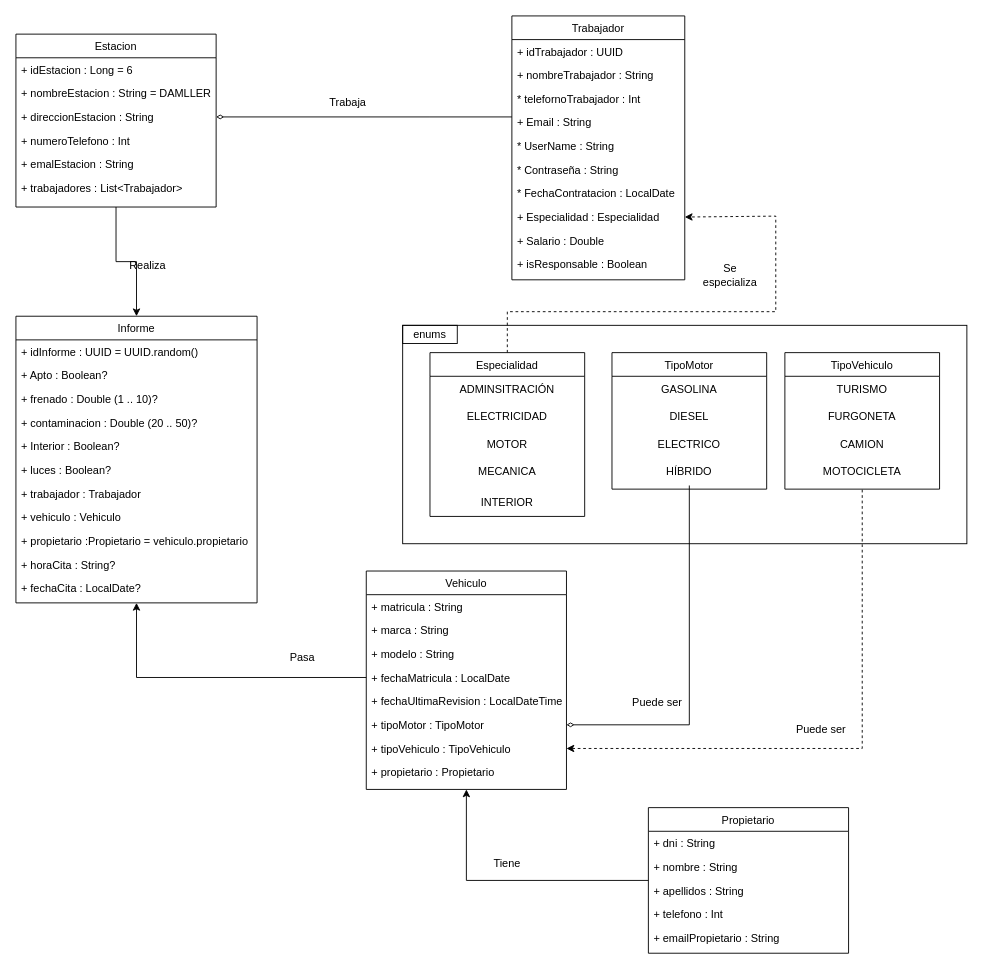
The draw.io diagram Diagramas/Entornos/Diagrama_de_clase.drawio in AlvaroDVA/Proyecto_ITV, before the edit. Source tidied: cells renumbered, new cells numbered last; positions are measured from the earlier drawing's top-left corner, leaving out a move shared by most shapes. Both pictures are drawn from the tidied source at 91%, with x=0, y=0 at pixel (15, 15).
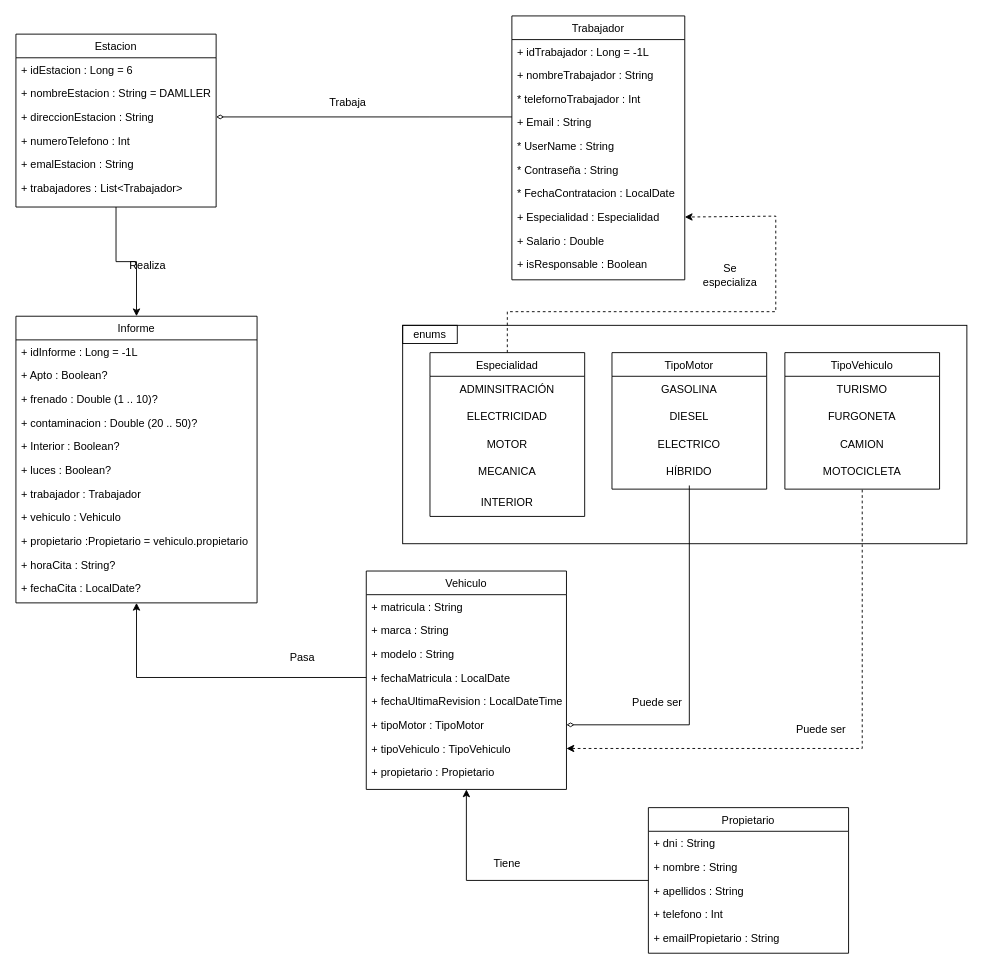
The same page after the edit.

Unchanged cells that the change refers to:
```xml
<mxCell id="2" value="Trabajador" style="swimlane;fontStyle=0;align=center;verticalAlign=top;horizontal=1;startSize=26;rounded=0;shadow=0;strokeWidth=1;" parent="1" vertex="1">
  <mxGeometry x="545" width="190" height="290" as="geometry" />
</mxCell>
<mxCell id="65" value="Informe" style="swimlane;fontStyle=0;align=center;verticalAlign=top;horizontal=1;startSize=26;rounded=0;shadow=0;strokeWidth=1;" parent="1" vertex="1">
  <mxGeometry y="330" width="265" height="315" as="geometry" />
</mxCell>
```

Diff of the diagram source:
```diff
@@
-    <mxCell id="3" value="+ idTrabajador : UUID&#10;" style="text;align=left;verticalAlign=top;spacingLeft=4;spacingRight=4;overflow=hidden;rounded=0;shadow=0;html=0;" parent="2" vertex="1">
+    <mxCell id="3" value="+ idTrabajador : Long = -1L" style="text;align=left;verticalAlign=top;spacingLeft=4;spacingRight=4;overflow=hidden;rounded=0;shadow=0;html=0;" parent="2" vertex="1">
       <mxGeometry y="26" width="190" height="26" as="geometry" />
     </mxCell>
@@
-    <mxCell id="66" value="+ idInforme : UUID = UUID.random()" style="text;align=left;verticalAlign=top;spacingLeft=4;spacingRight=4;overflow=hidden;rounded=0;shadow=0;html=0;" parent="65" vertex="1">
+    <mxCell id="66" value="+ idInforme : Long = -1L" style="text;align=left;verticalAlign=top;spacingLeft=4;spacingRight=4;overflow=hidden;rounded=0;shadow=0;html=0;" parent="65" vertex="1">
       <mxGeometry y="26" width="265" height="26" as="geometry" />
     </mxCell>
```
